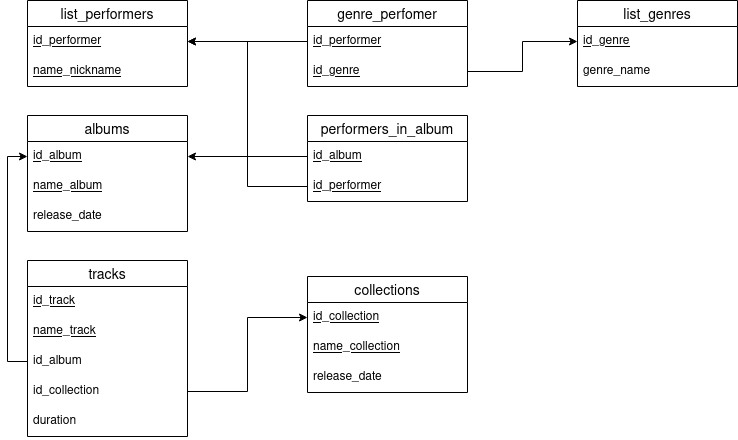
Yakobro-coder/PostgreSQL_Lesson_3-form3NF- keeps this draw.io diagram as 1_Task_pSQL_3/3NF_BD(HomeWork1_1_V2).png. Above is the earlier version. Source tidied: cells renumbered, new cells last; positions are measured from the earlier drawing's top-left corner, leaving out a move shared by most shapes.
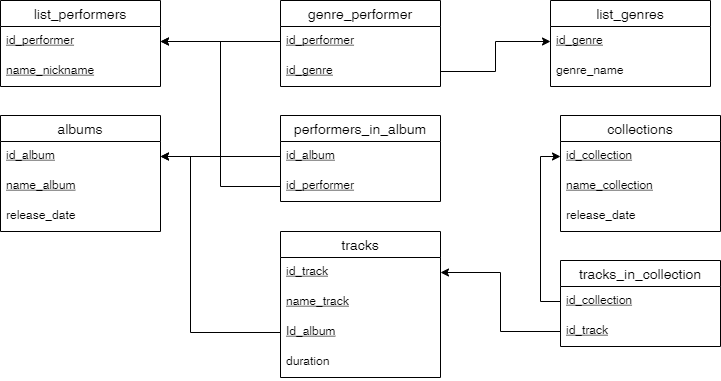
The same diagram one commit later.

Commit message:
fixed database schema

The edit, as a diff of the source:
```diff
@@ -33,7 +33,7 @@
       <mxGeometry y="86" width="160" height="30" as="geometry" />
     </mxCell>
     <mxCell id="12" value="collections" style="swimlane;fontStyle=0;horizontal=1;startSize=26;align=center;fontSize=14;" parent="1" vertex="1">
-      <mxGeometry x="280" y="276" width="160" height="116" as="geometry" />
+      <mxGeometry x="560" y="115" width="160" height="116" as="geometry" />
     </mxCell>
     <mxCell id="13" value="id_collection" style="text;strokeColor=none;fillColor=none;spacingLeft=4;spacingRight=4;overflow=hidden;points=[[0,0.5],[1,0.5]];portConstraint=eastwest;fontSize=12;fontStyle=4;" parent="12" vertex="1">
       <mxGeometry y="26" width="160" height="30" as="geometry" />
@@ -45,24 +45,21 @@
       <mxGeometry y="86" width="160" height="30" as="geometry" />
     </mxCell>
     <mxCell id="16" value="tracks" style="swimlane;fontStyle=0;horizontal=1;startSize=26;align=center;fontSize=14;" parent="1" vertex="1">
-      <mxGeometry y="260" width="160" height="176" as="geometry" />
+      <mxGeometry x="280" y="231" width="160" height="146" as="geometry" />
     </mxCell>
     <mxCell id="17" value="id_track" style="text;strokeColor=none;fillColor=none;spacingLeft=4;spacingRight=4;overflow=hidden;points=[[0,0.5],[1,0.5]];portConstraint=eastwest;fontSize=12;fontStyle=4;" parent="16" vertex="1">
       <mxGeometry y="26" width="160" height="30" as="geometry" />
     </mxCell>
+    <mxCell id="34" value="name_track" style="text;strokeColor=none;fillColor=none;spacingLeft=4;spacingRight=4;overflow=hidden;fontSize=12;fontStyle=4;" parent="16" vertex="1">
+      <mxGeometry y="56" width="160" height="30" as="geometry" />
+    </mxCell>
-    <mxCell id="18" value="name_track" style="text;strokeColor=none;fillColor=none;spacingLeft=4;spacingRight=4;overflow=hidden;points=[[0,0.5],[1,0.5]];portConstraint=eastwest;fontSize=12;fontStyle=4;" parent="16" vertex="1">
-      <mxGeometry y="56" width="160" height="30" as="geometry" />
+    <mxCell id="18" value="Id_album" style="text;strokeColor=none;fillColor=none;spacingLeft=4;spacingRight=4;overflow=hidden;points=[[0,0.5],[1,0.5]];portConstraint=eastwest;fontSize=12;fontStyle=4;" parent="16" vertex="1">
+      <mxGeometry y="86" width="160" height="30" as="geometry" />
     </mxCell>
-    <mxCell id="19" value="id_album" style="text;strokeColor=none;fillColor=none;spacingLeft=4;spacingRight=4;overflow=hidden;points=[[0,0.5],[1,0.5]];portConstraint=eastwest;fontSize=12;fontStyle=0;" parent="16" vertex="1">
-      <mxGeometry y="86" width="160" height="30" as="geometry" />
-    </mxCell>
-    <mxCell id="20" value="id_collection" style="text;strokeColor=none;fillColor=none;spacingLeft=4;spacingRight=4;overflow=hidden;points=[[0,0.5],[1,0.5]];portConstraint=eastwest;fontSize=12;fontStyle=0;" parent="16" vertex="1">
-      <mxGeometry y="116" width="160" height="30" as="geometry" />
-    </mxCell>
     <mxCell id="21" value="duration" style="text;strokeColor=none;fillColor=none;spacingLeft=4;spacingRight=4;overflow=hidden;fontSize=12;" parent="16" vertex="1">
-      <mxGeometry y="146" width="160" height="30" as="geometry" />
+      <mxGeometry y="116" width="160" height="30" as="geometry" />
     </mxCell>
-    <mxCell id="22" value="genre_perfomer" style="swimlane;fontStyle=0;horizontal=1;startSize=26;align=center;fontSize=14;" parent="1" vertex="1">
+    <mxCell id="22" value="genre_performer" style="swimlane;fontStyle=0;horizontal=1;startSize=26;align=center;fontSize=14;" parent="1" vertex="1">
       <mxGeometry x="280" width="160" height="86" as="geometry" />
     </mxCell>
     <mxCell id="23" value="id_performer" style="text;strokeColor=none;fillColor=none;spacingLeft=4;spacingRight=4;overflow=hidden;points=[[0,0.5],[1,0.5]];portConstraint=eastwest;fontSize=12;fontStyle=4;" parent="22" vertex="1">
@@ -92,11 +89,28 @@
     <mxCell id="31" style="edgeStyle=orthogonalEdgeStyle;rounded=0;jettySize=auto;html=1;exitX=0;exitY=0.5;exitDx=0;exitDy=0;entryX=1;entryY=0.5;entryDx=0;entryDy=0;" parent="1" edge="1" source="28" target="9">
       <mxGeometry relative="1" as="geometry" />
     </mxCell>
-    <mxCell id="32" style="edgeStyle=orthogonalEdgeStyle;rounded=0;jettySize=auto;html=1;exitX=0;exitY=0.5;exitDx=0;exitDy=0;entryX=0;entryY=0.5;entryDx=0;entryDy=0;" parent="1" edge="1" source="19" target="9">
-      <mxGeometry relative="1" as="geometry" />
-    </mxCell>
+    <mxCell id="35" value="tracks_in_collection" style="swimlane;fontStyle=0;horizontal=1;startSize=26;align=center;fontSize=14;" parent="1" vertex="1">
+      <mxGeometry x="560" y="260" width="160" height="86" as="geometry" />
+    </mxCell>
+    <mxCell id="20" value="id_collection" style="text;strokeColor=none;fillColor=none;spacingLeft=4;spacingRight=4;overflow=hidden;points=[[0,0.5],[1,0.5]];portConstraint=eastwest;fontSize=12;fontStyle=4;" parent="35" vertex="1">
+      <mxGeometry y="26" width="160" height="30" as="geometry" />
+    </mxCell>
+    <mxCell id="36" value="id_track" style="text;strokeColor=none;fillColor=none;spacingLeft=4;spacingRight=4;overflow=hidden;points=[[0,0.5],[1,0.5]];portConstraint=eastwest;fontSize=12;fontStyle=4;" parent="35" vertex="1">
+      <mxGeometry y="56" width="160" height="30" as="geometry" />
+    </mxCell>
+    <mxCell id="37" style="edgeStyle=orthogonalEdgeStyle;rounded=0;jettySize=auto;html=1;exitX=0;exitY=0.5;exitDx=0;exitDy=0;entryX=1;entryY=0.5;entryDx=0;entryDy=0;" parent="1" edge="1" source="36" target="17">
+      <mxGeometry relative="1" as="geometry" />
+    </mxCell>
-    <mxCell id="33" style="edgeStyle=orthogonalEdgeStyle;rounded=0;jettySize=auto;html=1;exitX=1;exitY=0.5;exitDx=0;exitDy=0;entryX=0;entryY=0.5;entryDx=0;entryDy=0;" parent="1" edge="1" source="20" target="13">
+    <mxCell id="33" style="edgeStyle=orthogonalEdgeStyle;rounded=0;jettySize=auto;html=1;exitX=0;exitY=0.5;exitDx=0;exitDy=0;entryX=0;entryY=0.5;entryDx=0;entryDy=0;" parent="1" edge="1" source="20" target="13">
       <mxGeometry relative="1" as="geometry" />
     </mxCell>
+    <mxCell id="38" style="edgeStyle=orthogonalEdgeStyle;rounded=0;jettySize=auto;html=1;exitX=0;exitY=0.5;exitDx=0;exitDy=0;entryX=1;entryY=0.5;entryDx=0;entryDy=0;" parent="1" edge="1" source="18" target="9">
+      <mxGeometry relative="1" as="geometry">
+        <Array as="points">
+          <mxPoint x="190" y="332" />
+          <mxPoint x="190" y="156" />
+        </Array>
+      </mxGeometry>
+    </mxCell>
   </root>
 </mxGraphModel>
```
